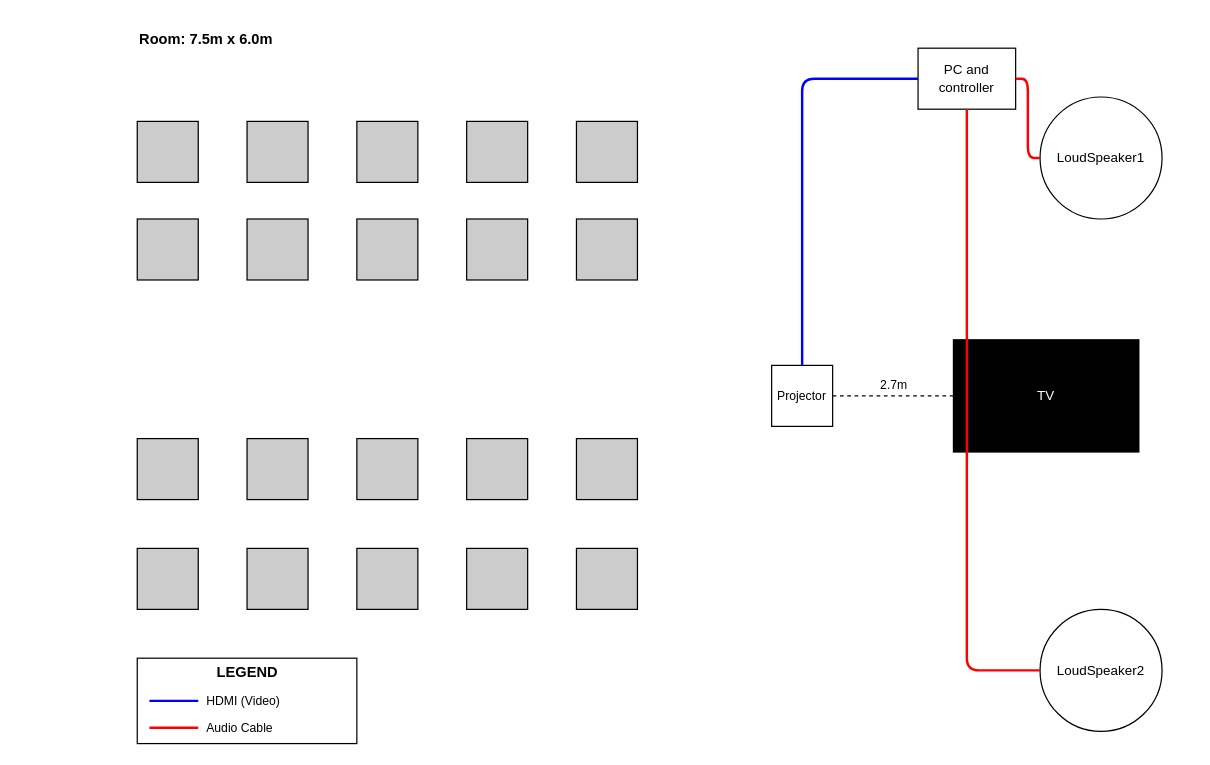
Artwell-wq/Octpractice keeps this draw.io diagram as lecture_room_diagram.drawio. Above is the earlier version. Source tidied: cells renumbered, new cells numbered last; positions are measured from the earlier drawing's top-left corner, leaving out a move shared by most shapes. Both pictures are drawn from the tidied source at 122%, with x=0, y=0 at pixel (137, 23).
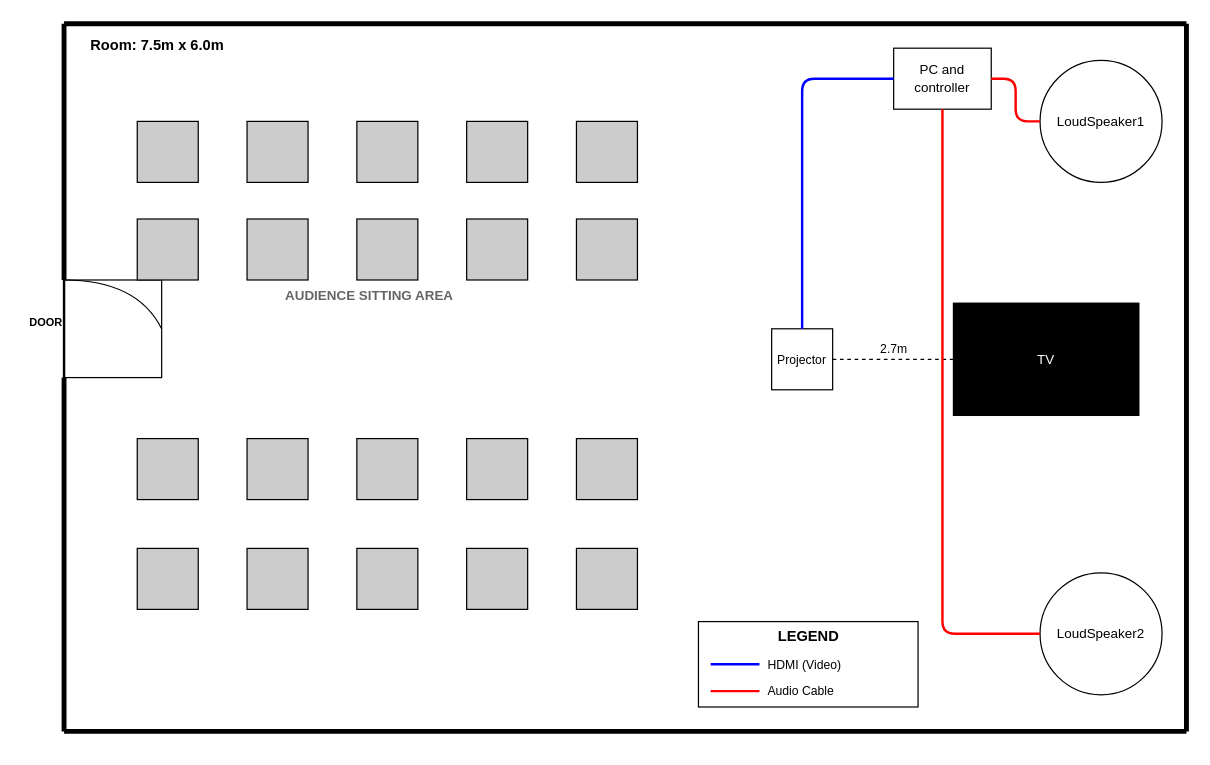
Above is the later version.

Commit message:
Add building walls with AutoCAD-style door

- Added thick outer walls (4px stroke) representing building perimeter
- Added door on left wall with AutoCAD-style arc showing swing direction
- Added "DOOR" label
- Added "AUDIENCE SITTING AREA" label in center of seating
- Moved legend to bottom right to avoid overlap with walls
- Adjusted element positions to fit within walls
- All other elements remain unchanged

Diff of the diagram source:
```diff
@@
+    <mxCell id="38" style="endArrow=none;html=1;strokeColor=#000000;strokeWidth=4;" parent="1" edge="1">
+      <mxGeometry relative="1" as="geometry">
+        <mxPoint x="-60" as="sourcePoint" />
+        <mxPoint x="860" as="targetPoint" />
+      </mxGeometry>
+    </mxCell>
+    <mxCell id="39" style="endArrow=none;html=1;strokeColor=#000000;strokeWidth=4;" parent="1" edge="1">
+      <mxGeometry relative="1" as="geometry">
+        <mxPoint x="860" as="sourcePoint" />
+        <mxPoint x="860" y="580" as="targetPoint" />
+      </mxGeometry>
+    </mxCell>
+    <mxCell id="40" style="endArrow=none;html=1;strokeColor=#000000;strokeWidth=4;" parent="1" edge="1">
+      <mxGeometry relative="1" as="geometry">
+        <mxPoint x="-60" y="580" as="sourcePoint" />
+        <mxPoint x="860" y="580" as="targetPoint" />
+      </mxGeometry>
+    </mxCell>
+    <mxCell id="41" style="endArrow=none;html=1;strokeColor=#000000;strokeWidth=4;" parent="1" edge="1">
+      <mxGeometry relative="1" as="geometry">
+        <mxPoint x="-60" as="sourcePoint" />
+        <mxPoint x="-60" y="210" as="targetPoint" />
+      </mxGeometry>
+    </mxCell>
+    <mxCell id="42" style="endArrow=none;html=1;strokeColor=#000000;strokeWidth=4;" parent="1" edge="1">
+      <mxGeometry relative="1" as="geometry">
+        <mxPoint x="-60" y="290" as="sourcePoint" />
+        <mxPoint x="-60" y="580" as="targetPoint" />
+      </mxGeometry>
+    </mxCell>
+    <mxCell id="43" style="endArrow=none;html=1;strokeColor=#000000;strokeWidth=2;" parent="1" edge="1">
+      <mxGeometry relative="1" as="geometry">
+        <mxPoint x="-60" y="210" as="sourcePoint" />
+        <mxPoint x="-60" y="290" as="targetPoint" />
+      </mxGeometry>
+    </mxCell>
+    <mxCell id="44" style="curved=1;endArrow=none;html=1;strokeColor=#000000;strokeWidth=1;" parent="1" edge="1">
+      <mxGeometry relative="1" as="geometry">
+        <mxPoint x="-60" y="210" as="sourcePoint" />
+        <mxPoint x="20" y="250" as="targetPoint" />
+        <Array as="points">
+          <mxPoint y="210" />
+        </Array>
+      </mxGeometry>
+    </mxCell>
+    <mxCell id="45" style="arc;startAngle=0;endAngle=0.25;strokeColor=#000000;strokeWidth=1;fillColor=none;" parent="1" vertex="1">
+      <mxGeometry x="-60" y="210" width="80" height="80" as="geometry" />
+    </mxCell>
+    <mxCell id="46" value="DOOR" style="text;html=1;align=center;verticalAlign=middle;fontSize=9;fontStyle=1;" parent="1" vertex="1">
+      <mxGeometry x="-95" y="235" width="40" height="20" as="geometry" />
+    </mxCell>
     <mxCell id="2" value="Room: 7.5m x 6.0m" style="text;html=1;align=left;verticalAlign=middle;fontSize=12;fontStyle=1;" parent="1" vertex="1">
-      <mxGeometry width="150" height="25" as="geometry" />
+      <mxGeometry x="-40" y="5" width="150" height="25" as="geometry" />
     </mxCell>
     <mxCell id="3" value="PC and&#10;controller" style="rounded=0;whiteSpace=wrap;html=1;fillColor=none;strokeColor=#000000;fontSize=11;" parent="1" vertex="1">
-      <mxGeometry x="640" y="20" width="80" height="50" as="geometry" />
+      <mxGeometry x="620" y="20" width="80" height="50" as="geometry" />
     </mxCell>
     <mxCell id="4" value="LoudSpeaker1" style="ellipse;whiteSpace=wrap;html=1;fillColor=none;strokeColor=#000000;fontSize=11;" parent="1" vertex="1">
-      <mxGeometry x="740" y="60" width="100" height="100" as="geometry" />
+      <mxGeometry x="740" y="30" width="100" height="100" as="geometry" />
     </mxCell>
     <mxCell id="5" value="LoudSpeaker2" style="ellipse;whiteSpace=wrap;html=1;fillColor=none;strokeColor=#000000;fontSize=11;" parent="1" vertex="1">
-      <mxGeometry x="740" y="480" width="100" height="100" as="geometry" />
+      <mxGeometry x="740" y="450" width="100" height="100" as="geometry" />
     </mxCell>
     <mxCell id="6" value="TV" style="rounded=0;whiteSpace=wrap;html=1;fillColor=#000000;strokeColor=#000000;fontColor=#FFFFFF;fontSize=11;strokeWidth=3;" parent="1" vertex="1">
-      <mxGeometry x="670" y="260" width="150" height="90" as="geometry" />
+      <mxGeometry x="670" y="230" width="150" height="90" as="geometry" />
     </mxCell>
     <mxCell id="7" value="Projector" style="rounded=0;whiteSpace=wrap;html=1;fillColor=none;strokeColor=#000000;fontSize=10;" parent="1" vertex="1">
-      <mxGeometry x="520" y="280" width="50" height="50" as="geometry" />
+      <mxGeometry x="520" y="250" width="50" height="50" as="geometry" />
     </mxCell>
     <mxCell id="8" value="2.7m" style="endArrow=none;html=1;dashed=1;strokeColor=#000000;fontSize=10;labelPosition=center;verticalLabelPosition=top;align=center;verticalAlign=bottom;" parent="1" edge="1">
       <mxGeometry relative="1" as="geometry">
-        <mxPoint x="570" y="305" as="sourcePoint" />
-        <mxPoint x="670" y="305" as="targetPoint" />
+        <mxPoint x="570" y="275" as="sourcePoint" />
+        <mxPoint x="670" y="275" as="targetPoint" />
       </mxGeometry>
     </mxCell>
+    <mxCell id="47" value="AUDIENCE SITTING AREA" style="text;html=1;align=center;verticalAlign=middle;fontSize=11;fontStyle=1;fontColor=#666666;" parent="1" vertex="1">
+      <mxGeometry x="100" y="210" width="180" height="25" as="geometry" />
+    </mxCell>
@@
     <mxCell id="29" style="endArrow=none;html=1;strokeColor=#0000FF;strokeWidth=2;edgeStyle=orthogonalEdgeStyle;" parent="1" edge="1">
       <mxGeometry relative="1" as="geometry">
-        <mxPoint x="640" y="45" as="sourcePoint" />
-        <mxPoint x="545" y="280" as="targetPoint" />
+        <mxPoint x="620" y="45" as="sourcePoint" />
+        <mxPoint x="545" y="250" as="targetPoint" />
         <Array as="points">
           <mxPoint x="545" y="45" />
         </Array>
       </mxGeometry>
     </mxCell>
     <mxCell id="30" style="endArrow=none;html=1;strokeColor=#FF0000;strokeWidth=2;edgeStyle=orthogonalEdgeStyle;" parent="1" edge="1">
       <mxGeometry relative="1" as="geometry">
-        <mxPoint x="720" y="45" as="sourcePoint" />
-        <mxPoint x="740" y="110" as="targetPoint" />
+        <mxPoint x="700" y="45" as="sourcePoint" />
+        <mxPoint x="740" y="80" as="targetPoint" />
         <Array as="points">
-          <mxPoint x="730" y="45" />
-          <mxPoint x="730" y="110" />
+          <mxPoint x="720" y="45" />
+          <mxPoint x="720" y="80" />
         </Array>
       </mxGeometry>
     </mxCell>
     <mxCell id="31" style="endArrow=none;html=1;strokeColor=#FF0000;strokeWidth=2;edgeStyle=orthogonalEdgeStyle;" parent="1" edge="1">
       <mxGeometry relative="1" as="geometry">
-        <mxPoint x="680" y="70" as="sourcePoint" />
-        <mxPoint x="740" y="530" as="targetPoint" />
+        <mxPoint x="660" y="70" as="sourcePoint" />
+        <mxPoint x="740" y="500" as="targetPoint" />
         <Array as="points">
-          <mxPoint x="680" y="530" />
+          <mxPoint x="660" y="500" />
         </Array>
       </mxGeometry>
     </mxCell>
     <mxCell id="32" style="rounded=0;whiteSpace=wrap;html=1;fillColor=#FFFFFF;strokeColor=#000000;strokeWidth=1;" parent="1" vertex="1">
-      <mxGeometry y="520" width="180" height="70" as="geometry" />
+      <mxGeometry x="460" y="490" width="180" height="70" as="geometry" />
     </mxCell>
     <mxCell id="33" value="LEGEND" style="text;html=1;align=center;verticalAlign=middle;fontSize=12;fontStyle=1;" parent="1" vertex="1">
-      <mxGeometry x="50" y="522" width="80" height="20" as="geometry" />
+      <mxGeometry x="510" y="492" width="80" height="20" as="geometry" />
     </mxCell>
     <mxCell id="34" style="endArrow=none;html=1;strokeColor=#0000FF;strokeWidth=2;" parent="1" edge="1">
       <mxGeometry relative="1" as="geometry">
-        <mxPoint x="10" y="555" as="sourcePoint" />
-        <mxPoint x="50" y="555" as="targetPoint" />
+        <mxPoint x="470" y="525" as="sourcePoint" />
+        <mxPoint x="510" y="525" as="targetPoint" />
       </mxGeometry>
     </mxCell>
     <mxCell id="35" value="HDMI (Video)" style="text;html=1;align=left;verticalAlign=middle;fontSize=10;" parent="1" vertex="1">
-      <mxGeometry x="55" y="545" width="100" height="20" as="geometry" />
+      <mxGeometry x="515" y="515" width="100" height="20" as="geometry" />
     </mxCell>
     <mxCell id="36" style="endArrow=none;html=1;strokeColor=#FF0000;strokeWidth=2;" parent="1" edge="1">
       <mxGeometry relative="1" as="geometry">
-        <mxPoint x="10" y="577" as="sourcePoint" />
-        <mxPoint x="50" y="577" as="targetPoint" />
+        <mxPoint x="470" y="547" as="sourcePoint" />
+        <mxPoint x="510" y="547" as="targetPoint" />
       </mxGeometry>
     </mxCell>
     <mxCell id="37" value="Audio Cable" style="text;html=1;align=left;verticalAlign=middle;fontSize=10;" parent="1" vertex="1">
-      <mxGeometry x="55" y="567" width="100" height="20" as="geometry" />
+      <mxGeometry x="515" y="537" width="100" height="20" as="geometry" />
     </mxCell>
```
